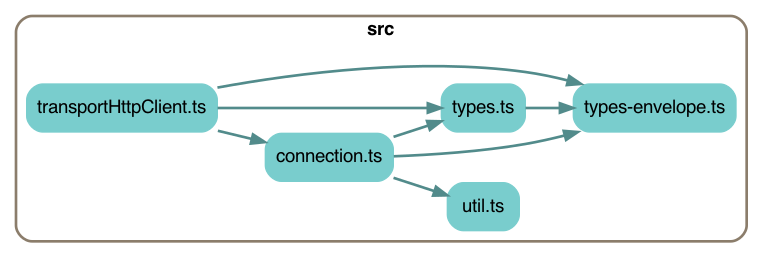
The Graphviz diagram depchart/depchart-simple.png in earthstar-project/earthstar-streaming-rpc, before a commit. Its source is kept beside it as depchart/depchart-simple.dot. Its diagram source:
```dot
digraph G {
    splines=true;
    rankdir=LR;
    compound=true;
    graph [fontname = "helvetica"];  // dpi=72
    node [fontname = "helvetica"];
    edge [fontname = "helvetica"];


    subgraph cluster8513787771 {
        label=<<b>src</b>>;
        style="rounded";
        color=bisque4;
        penwidth=2;

        "src/connection.ts" [label="connection.ts", shape=rectangle; style="rounded,filled"; color=darkslategray3];
        "src/transportHttpClient.ts" [label="transportHttpClient.ts", shape=rectangle; style="rounded,filled"; color=darkslategray3];
        "src/types-envelope.ts" [label="types-envelope.ts", shape=rectangle; style="rounded,filled"; color=darkslategray3];
        "src/types.ts" [label="types.ts", shape=rectangle; style="rounded,filled"; color=darkslategray3];
        "src/util.ts" [label="util.ts", shape=rectangle; style="rounded,filled"; color=darkslategray3];
    }

    "src/connection.ts" -> "src/types.ts" [penwidth=2; color=darkslategray4];
    "src/connection.ts" -> "src/types-envelope.ts" [penwidth=2; color=darkslategray4];
    "src/connection.ts" -> "src/util.ts" [penwidth=2; color=darkslategray4];
    "src/transportHttpClient.ts" -> "src/types.ts" [penwidth=2; color=darkslategray4];
    "src/transportHttpClient.ts" -> "src/types-envelope.ts" [penwidth=2; color=darkslategray4];
    "src/transportHttpClient.ts" -> "src/connection.ts" [penwidth=2; color=darkslategray4];
    "src/types.ts" -> "src/types-envelope.ts" [penwidth=2; color=darkslategray4];

}
```
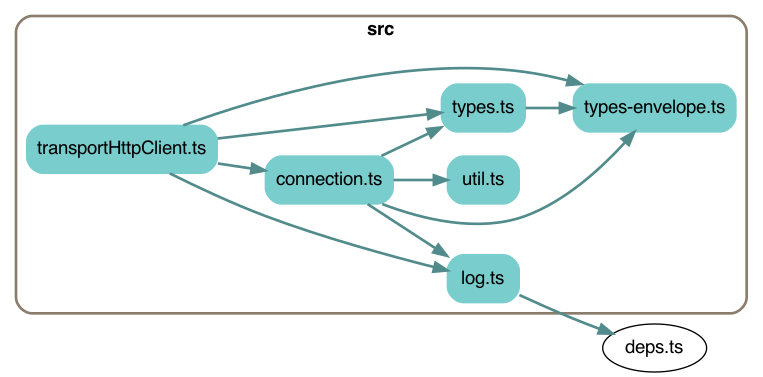
Above is the later version.

Commit message:
update depchart; note it can't see the crayon dependency

What changed in the source:
```diff
@@ -7,13 +7,14 @@
     edge [fontname = "helvetica"];
 
 
-    subgraph cluster8513787771 {
+    subgraph cluster4560059362 {
         label=<<b>src</b>>;
         style="rounded";
         color=bisque4;
         penwidth=2;
 
         "src/connection.ts" [label="connection.ts", shape=rectangle; style="rounded,filled"; color=darkslategray3];
+        "src/log.ts" [label="log.ts", shape=rectangle; style="rounded,filled"; color=darkslategray3];
         "src/transportHttpClient.ts" [label="transportHttpClient.ts", shape=rectangle; style="rounded,filled"; color=darkslategray3];
         "src/types-envelope.ts" [label="types-envelope.ts", shape=rectangle; style="rounded,filled"; color=darkslategray3];
         "src/types.ts" [label="types.ts", shape=rectangle; style="rounded,filled"; color=darkslategray3];
@@ -23,9 +24,12 @@
     "src/connection.ts" -> "src/types.ts" [penwidth=2; color=darkslategray4];
     "src/connection.ts" -> "src/types-envelope.ts" [penwidth=2; color=darkslategray4];
     "src/connection.ts" -> "src/util.ts" [penwidth=2; color=darkslategray4];
+    "src/connection.ts" -> "src/log.ts" [penwidth=2; color=darkslategray4];
+    "src/log.ts" -> "deps.ts" [penwidth=2; color=darkslategray4];
     "src/transportHttpClient.ts" -> "src/types.ts" [penwidth=2; color=darkslategray4];
     "src/transportHttpClient.ts" -> "src/types-envelope.ts" [penwidth=2; color=darkslategray4];
     "src/transportHttpClient.ts" -> "src/connection.ts" [penwidth=2; color=darkslategray4];
+    "src/transportHttpClient.ts" -> "src/log.ts" [penwidth=2; color=darkslategray4];
     "src/types.ts" -> "src/types-envelope.ts" [penwidth=2; color=darkslategray4];
 
 }
```
